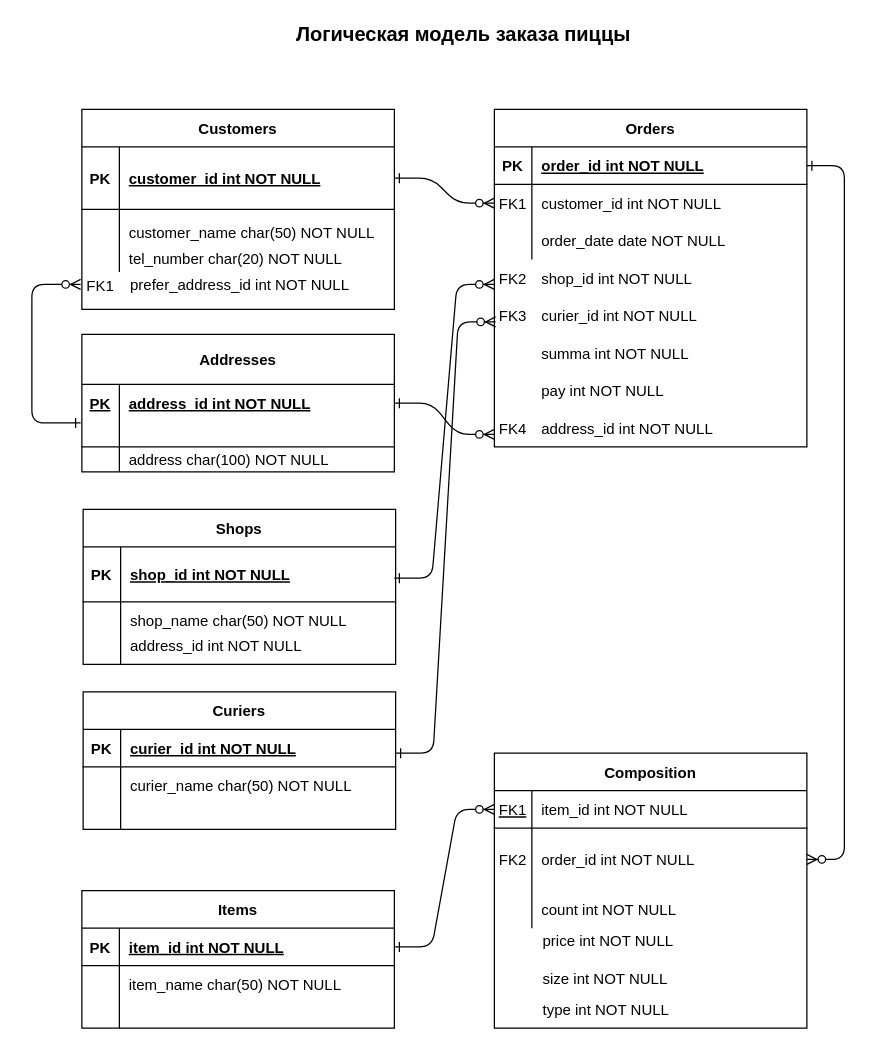
The draw.io diagram Untitled Diagram.drawio in tatianazhemantseva/entity-model, before the edit. Source tidied: cells renumbered, new cells numbered last; positions are measured from the earlier drawing's top-left corner, leaving out a move shared by most shapes. Both pictures are drawn from the tidied source at 125%, with x=0, y=0 at pixel (31, 21).
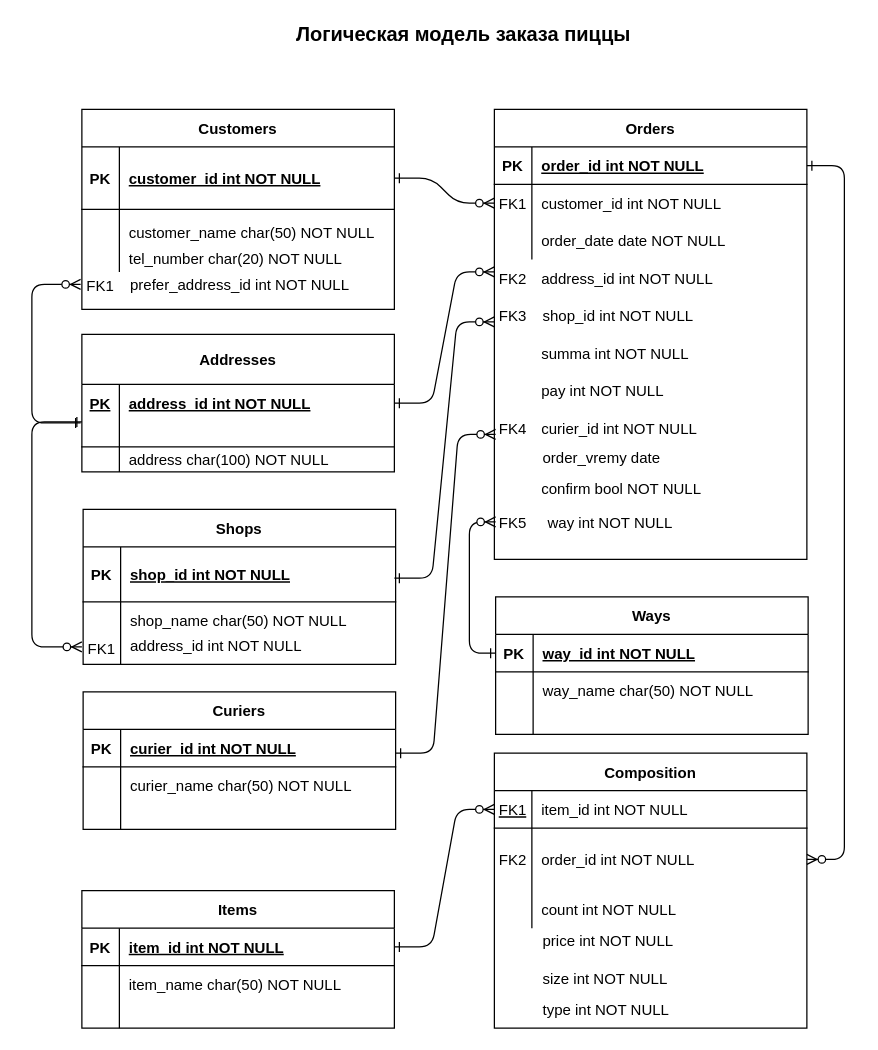
The same page after the edit.

Unchanged cells that the change refers to:
```xml
<mxCell id="36" style="shape=partialRectangle;fillColor=none;points=[[0,0.5],[1,0.5]];portConstraint=eastwest;top=0;left=0;right=0;bottom=0;" parent="35" vertex="1">
  <mxGeometry y="40" width="250" height="30" as="geometry" />
</mxCell>
```

What changed in the source:
```diff
@@
     <mxCell id="4" value="Orders" style="shape=table;startSize=30;childLayout=tableLayout;rowLines=0;fontStyle=1;align=center;" parent="1" vertex="1">
-      <mxGeometry x="370" y="70" width="250" height="270" as="geometry" />
+      <mxGeometry x="370" y="70" width="250" height="360" as="geometry" />
     </mxCell>
@@
     <mxCell id="24" value="shop_id int NOT NULL" style="shape=partialRectangle;overflow=hidden;fillColor=none;top=0;left=0;bottom=0;right=0;align=left;spacingLeft=6;" parent="1" vertex="1">
-      <mxGeometry x="400" y="190" width="220" height="30" as="geometry" />
+      <mxGeometry x="401" y="220" width="220" height="30" as="geometry" />
     </mxCell>
@@
     <mxCell id="26" value="curier_id int NOT NULL" style="shape=partialRectangle;overflow=hidden;fillColor=none;top=0;left=0;bottom=0;right=0;align=left;spacingLeft=6;" parent="1" vertex="1">
-      <mxGeometry x="400" y="220" width="220" height="30" as="geometry" />
+      <mxGeometry x="400" y="310" width="220" height="30" as="geometry" />
     </mxCell>
@@
     <mxCell id="30" value="address_id int NOT NULL" style="shape=partialRectangle;overflow=hidden;fillColor=none;top=0;left=0;bottom=0;right=0;align=left;spacingLeft=6;" parent="1" vertex="1">
-      <mxGeometry x="400" y="310" width="220" height="30" as="geometry" />
+      <mxGeometry x="400" y="190" width="220" height="30" as="geometry" />
     </mxCell>
@@
     <mxCell id="88" style="edgeStyle=entityRelationEdgeStyle;endArrow=ERzeroToMany;startArrow=ERone;endFill=1;startFill=0;exitX=1;exitY=0.5;exitDx=0;exitDy=0;" parent="1" edge="1">
       <mxGeometry relative="1" as="geometry">
         <mxPoint x="291" y="585" as="sourcePoint" />
-        <mxPoint x="371" y="240" as="targetPoint" />
+        <mxPoint x="371" y="330" as="targetPoint" />
       </mxGeometry>
     </mxCell>
     <mxCell id="89" style="edgeStyle=entityRelationEdgeStyle;endArrow=ERzeroToMany;startArrow=ERone;endFill=1;startFill=0;" parent="1" edge="1">
       <mxGeometry relative="1" as="geometry">
         <mxPoint x="290" y="445" as="sourcePoint" />
-        <mxPoint x="370" y="210" as="targetPoint" />
+        <mxPoint x="370" y="240" as="targetPoint" />
       </mxGeometry>
     </mxCell>
     <mxCell id="90" style="edgeStyle=entityRelationEdgeStyle;endArrow=ERzeroToMany;startArrow=ERone;endFill=1;startFill=0;exitX=1;exitY=0.5;exitDx=0;exitDy=0;" parent="1" edge="1" source="36">
       <mxGeometry relative="1" as="geometry">
-        <mxPoint x="370" y="330" as="targetPoint" />
+        <mxPoint x="370" y="200" as="targetPoint" />
       </mxGeometry>
     </mxCell>
@@
+    <mxCell id="92" value="order_vremy date " style="shape=partialRectangle;overflow=hidden;fillColor=none;top=0;left=0;bottom=0;right=0;align=left;spacingLeft=6;" parent="1" vertex="1">
+      <mxGeometry x="401" y="333" width="220" height="30" as="geometry" />
+    </mxCell>
+    <mxCell id="93" value="way int NOT NULL" style="shape=partialRectangle;overflow=hidden;fillColor=none;top=0;left=0;bottom=0;right=0;align=left;spacingLeft=6;" parent="1" vertex="1">
+      <mxGeometry x="405" y="385" width="220" height="30" as="geometry" />
+    </mxCell>
+    <mxCell id="94" value="confirm bool NOT NULL" style="shape=partialRectangle;overflow=hidden;fillColor=none;top=0;left=0;bottom=0;right=0;align=left;spacingLeft=6;" parent="1" vertex="1">
+      <mxGeometry x="400" y="358" width="220" height="30" as="geometry" />
+    </mxCell>
+    <mxCell id="95" value="FK5" style="shape=partialRectangle;overflow=hidden;fillColor=none;top=0;left=0;bottom=0;right=0;" parent="1" vertex="1">
+      <mxGeometry x="370" y="385" width="30" height="30" as="geometry" />
+    </mxCell>
+    <mxCell id="96" value="Ways" style="shape=table;startSize=30;childLayout=tableLayout;rowLines=0;fontStyle=1;align=center;" parent="1" vertex="1">
+      <mxGeometry x="371" y="460" width="250" height="110" as="geometry" />
+    </mxCell>
+    <mxCell id="97" style="shape=partialRectangle;fillColor=none;points=[[0,0.5],[1,0.5]];portConstraint=eastwest;top=0;left=0;right=0;bottom=1;" parent="96" vertex="1">
+      <mxGeometry y="30" width="250" height="30" as="geometry" />
+    </mxCell>
+    <mxCell id="98" value="PK" style="shape=partialRectangle;overflow=hidden;fillColor=none;top=0;left=0;bottom=0;right=0;fontStyle=1;" parent="97" vertex="1">
+      <mxGeometry width="30" height="30" as="geometry" />
+    </mxCell>
+    <mxCell id="99" value="way_id int NOT NULL" style="shape=partialRectangle;overflow=hidden;fillColor=none;top=0;left=0;bottom=0;right=0;align=left;spacingLeft=6;fontStyle=5;" parent="97" vertex="1">
+      <mxGeometry x="30" width="220" height="30" as="geometry" />
+    </mxCell>
+    <mxCell id="100" style="shape=partialRectangle;fillColor=none;top=0;left=0;right=0;bottom=0;" parent="96" vertex="1">
+      <mxGeometry y="60" width="250" height="30" as="geometry" />
+    </mxCell>
+    <mxCell id="101" style="shape=partialRectangle;overflow=hidden;fillColor=none;top=0;left=0;bottom=0;right=0;" parent="100" vertex="1">
+      <mxGeometry width="30" height="30" as="geometry" />
+    </mxCell>
+    <mxCell id="102" value="way_name char(50) NOT NULL" style="shape=partialRectangle;overflow=hidden;fillColor=none;top=0;left=0;bottom=0;right=0;align=left;spacingLeft=6;" parent="100" vertex="1">
+      <mxGeometry x="30" width="220" height="30" as="geometry" />
+    </mxCell>
+    <mxCell id="103" style="shape=partialRectangle;fillColor=none;top=0;left=0;right=0;bottom=0;" parent="96" vertex="1">
+      <mxGeometry y="90" width="250" height="20" as="geometry" />
+    </mxCell>
+    <mxCell id="104" style="shape=partialRectangle;overflow=hidden;fillColor=none;top=0;left=0;bottom=0;right=0;" parent="103" vertex="1">
+      <mxGeometry width="30" height="20" as="geometry" />
+    </mxCell>
+    <mxCell id="105" style="shape=partialRectangle;overflow=hidden;fillColor=none;top=0;left=0;bottom=0;right=0;align=left;spacingLeft=6;" parent="103" vertex="1">
+      <mxGeometry x="30" width="220" height="20" as="geometry" />
+    </mxCell>
+    <mxCell id="106" style="edgeStyle=elbowEdgeStyle;endArrow=ERzeroToMany;startArrow=ERone;endFill=1;startFill=0;exitX=0;exitY=0.5;exitDx=0;exitDy=0;" parent="1" edge="1" source="97">
+      <mxGeometry relative="1" as="geometry">
+        <mxPoint x="371" y="400" as="targetPoint" />
+        <Array as="points">
+          <mxPoint x="350" y="453" />
+        </Array>
+      </mxGeometry>
+    </mxCell>
+    <mxCell id="107" value="FK1" style="shape=partialRectangle;overflow=hidden;fillColor=none;top=0;left=0;bottom=0;right=0;fontStyle=0;" parent="1" vertex="1">
+      <mxGeometry x="41" y="491" width="30" height="20" as="geometry" />
+    </mxCell>
+    <mxCell id="108" style="edgeStyle=elbowEdgeStyle;endArrow=ERzeroToMany;startArrow=ERone;endFill=1;startFill=0;" parent="1" edge="1">
+      <mxGeometry relative="1" as="geometry">
+        <mxPoint x="40" y="320" as="sourcePoint" />
+        <mxPoint x="40" y="500" as="targetPoint" />
+        <Array as="points">
+          <mxPoint y="410" />
+        </Array>
+      </mxGeometry>
+    </mxCell>
```
